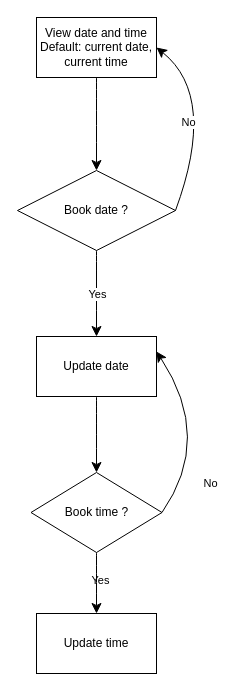
Above: page "Flow-chart-choose-datetime" (8 of 9) of src/Booking-website.drawio in nga-pham/booking-website (draw.io), before the change. Source tidied: cells renumbered, new cells numbered last; positions are measured from the earlier drawing's top-left corner, leaving out a move shared by most shapes. Both pictures are drawn from the tidied source at 100%, with x=0, y=0 at pixel (17, 17).
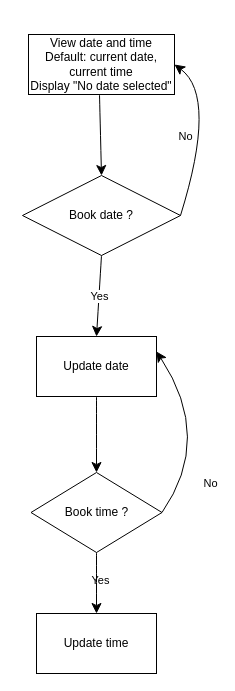
The same page after the edit.

Change to the diagram source:
```diff
@@
-    <mxCell id="2" value="View date and time&lt;div&gt;Default: current date, current time&lt;/div&gt;" style="rounded=0;whiteSpace=wrap;html=1;" parent="1" vertex="1">
-      <mxGeometry x="19" width="120" height="60" as="geometry" />
+    <mxCell id="2" value="View date and time&lt;div&gt;Default: current date, current time&lt;/div&gt;&lt;div&gt;Display &quot;No date selected&quot;&lt;/div&gt;" style="rounded=0;whiteSpace=wrap;html=1;" parent="1" vertex="1">
+      <mxGeometry x="11" y="17" width="146" height="60" as="geometry" />
     </mxCell>
     <mxCell id="3" value="Book date ?" style="rhombus;whiteSpace=wrap;html=1;" parent="1" vertex="1">
-      <mxGeometry y="153" width="158" height="80" as="geometry" />
+      <mxGeometry x="5" y="158" width="158" height="80" as="geometry" />
     </mxCell>
     <mxCell id="4" style="endArrow=classic;html=1;rounded=0;fontSize=12;startSize=8;endSize=8;curved=1;entryX=0.5;entryY=0;entryDx=0;entryDy=0;" parent="1" edge="1" target="3">
       <mxGeometry relative="1" as="geometry">
-        <mxPoint x="79" y="60" as="sourcePoint" />
+        <mxPoint x="82" y="77" as="sourcePoint" />
       </mxGeometry>
     </mxCell>
```
